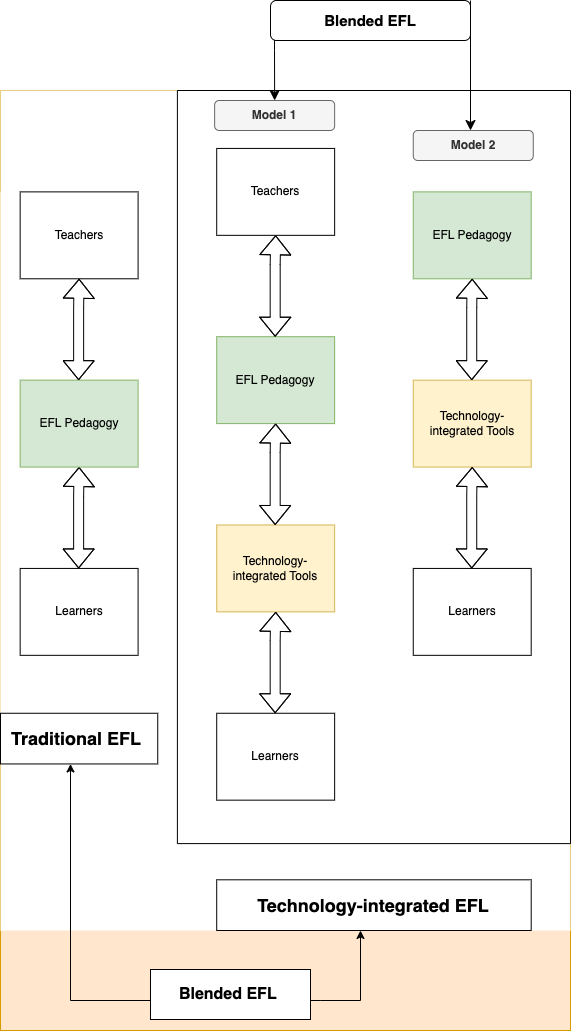
Before: review_framework.png, a diagram exported from draw.io (Gracetyty/Digital_Edu_Text_Mining). Source tidied: cells renumbered, new cells last; positions are measured from the earlier drawing's top-left corner, leaving out a move shared by most shapes.
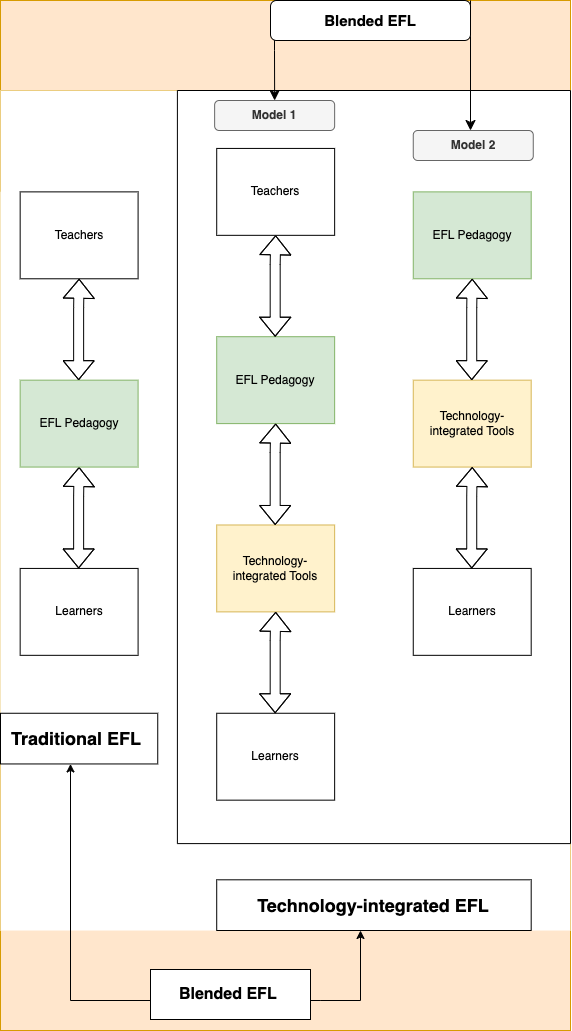
Above is the later version.

What changed in the source:
```diff
@@ -2,7 +2,7 @@
   <root>
     <mxCell id="0" />
     <mxCell id="1" parent="0" />
-    <mxCell id="2" style="group;" parent="1" vertex="1">
+    <mxCell id="2" style="group;fillColor=#ffe6cc;strokeColor=#d79b00;" parent="1" vertex="1">
       <mxGeometry width="570" height="1030" as="geometry" />
     </mxCell>
     <mxCell id="3" style="group;" parent="2" vertex="1">
```
